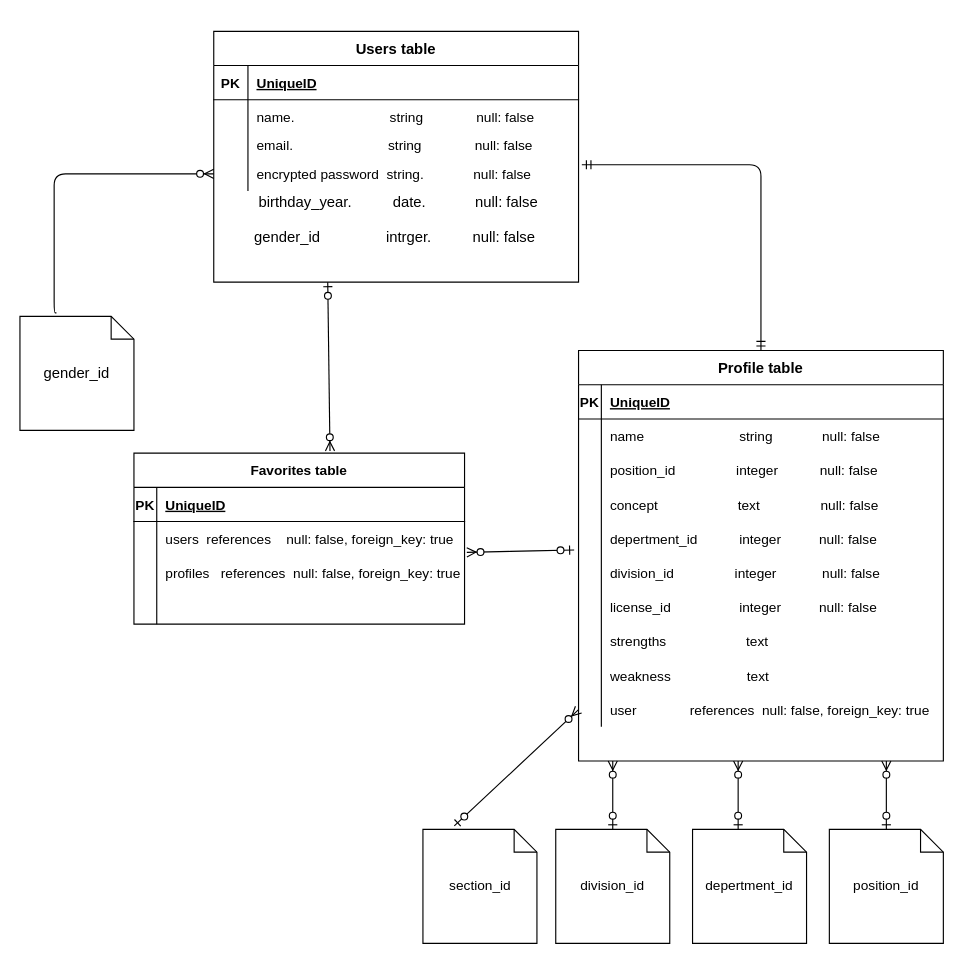
The draw.io diagram yaru_ja_nai.dio in YuichiTakaoka/yaru_ja_nai-37240, before the edit. Source tidied: cells renumbered, new cells numbered last; positions are measured from the earlier drawing's top-left corner, leaving out a move shared by most shapes. Both pictures are drawn from the tidied source at 114%, with x=0, y=0 at pixel (19, 31).
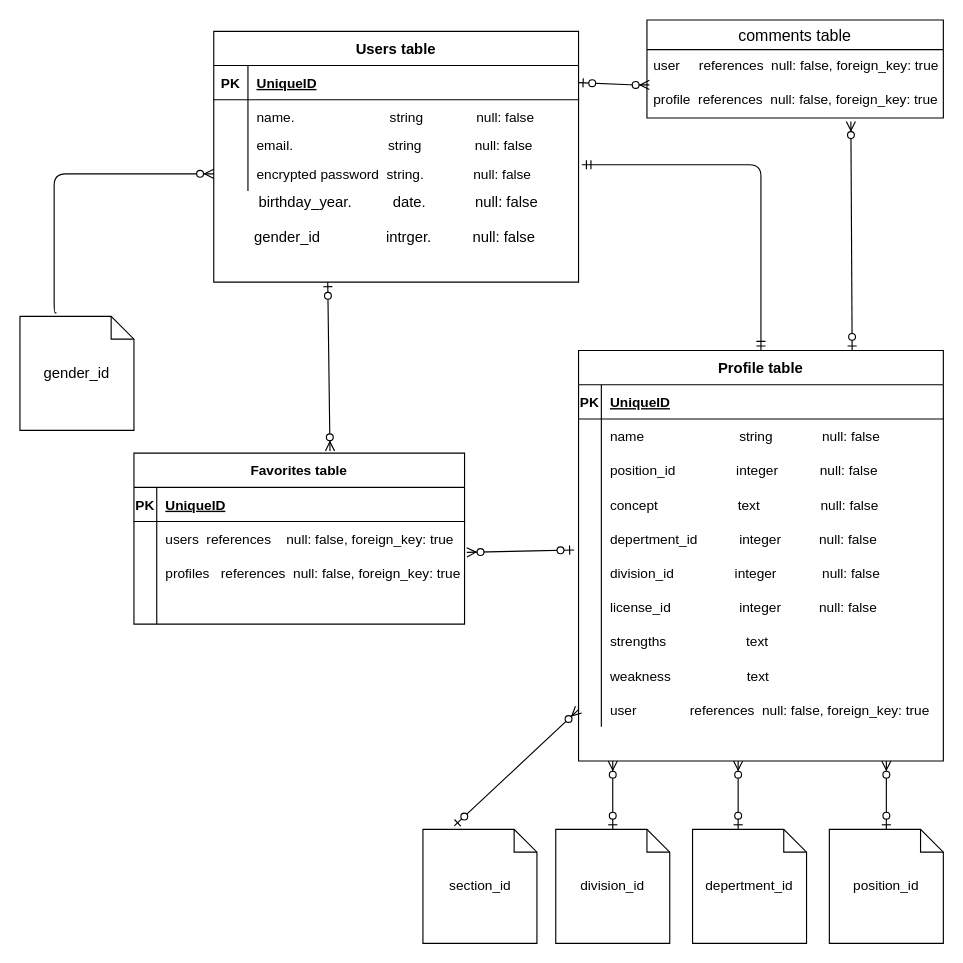
Above is the later version.

Unchanged cells that the change refers to:
```xml
<mxCell id="3" style="shape=partialRectangle;fillColor=none;top=0;left=0;bottom=1;right=0;points=[[0,0.5],[1,0.5]];portConstraint=eastwest;" parent="2" vertex="1">
  <mxGeometry y="30" width="320" height="30" as="geometry" />
</mxCell>
<mxCell id="19" value="Profile table" style="shape=table;startSize=30;childLayout=tableLayout;rowLines=0;fontStyle=1;align=center;fontSize=13;" parent="1" vertex="1">
  <mxGeometry x="490" y="280" width="320" height="360" as="geometry" />
</mxCell>
```

Change to the diagram source:
```diff
@@
+    <mxCell id="74" value="comments table" style="swimlane;fontStyle=0;horizontal=1;startSize=26;align=center;fontSize=14;" parent="1" vertex="1">
+      <mxGeometry x="550" y="-10" width="260" height="86" as="geometry" />
+    </mxCell>
+    <mxCell id="75" value="user     references  null: false, foreign_key: true" style="text;strokeColor=none;fillColor=none;spacingLeft=4;spacingRight=4;overflow=hidden;points=[[0,0.5],[1,0.5]];portConstraint=eastwest;fontSize=12;" parent="74" vertex="1">
+      <mxGeometry y="26" width="260" height="30" as="geometry" />
+    </mxCell>
+    <mxCell id="76" value="profile  references  null: false, foreign_key: true" style="text;strokeColor=none;fillColor=none;spacingLeft=4;spacingRight=4;overflow=hidden;points=[[0,0.5],[1,0.5]];portConstraint=eastwest;fontSize=12;" parent="74" vertex="1">
+      <mxGeometry y="56" width="260" height="30" as="geometry" />
+    </mxCell>
+    <mxCell id="77" style="fontSize=12;html=1;endArrow=ERzeroToMany;startArrow=ERzeroToOne;exitX=1;exitY=0.5;exitDx=0;exitDy=0;entryX=0.008;entryY=1.033;entryDx=0;entryDy=0;entryPerimeter=0;" parent="1" edge="1" source="3" target="75">
+      <mxGeometry relative="1" as="geometry">
+        <Array as="points">
+          <mxPoint x="540" y="47" />
+        </Array>
+      </mxGeometry>
+    </mxCell>
+    <mxCell id="78" style="fontSize=12;html=1;endArrow=ERzeroToMany;startArrow=ERzeroToOne;exitX=0.75;exitY=0;exitDx=0;exitDy=0;entryX=0.688;entryY=1.1;entryDx=0;entryDy=0;entryPerimeter=0;" parent="1" edge="1" source="19" target="76">
+      <mxGeometry relative="1" as="geometry" />
+    </mxCell>
```
